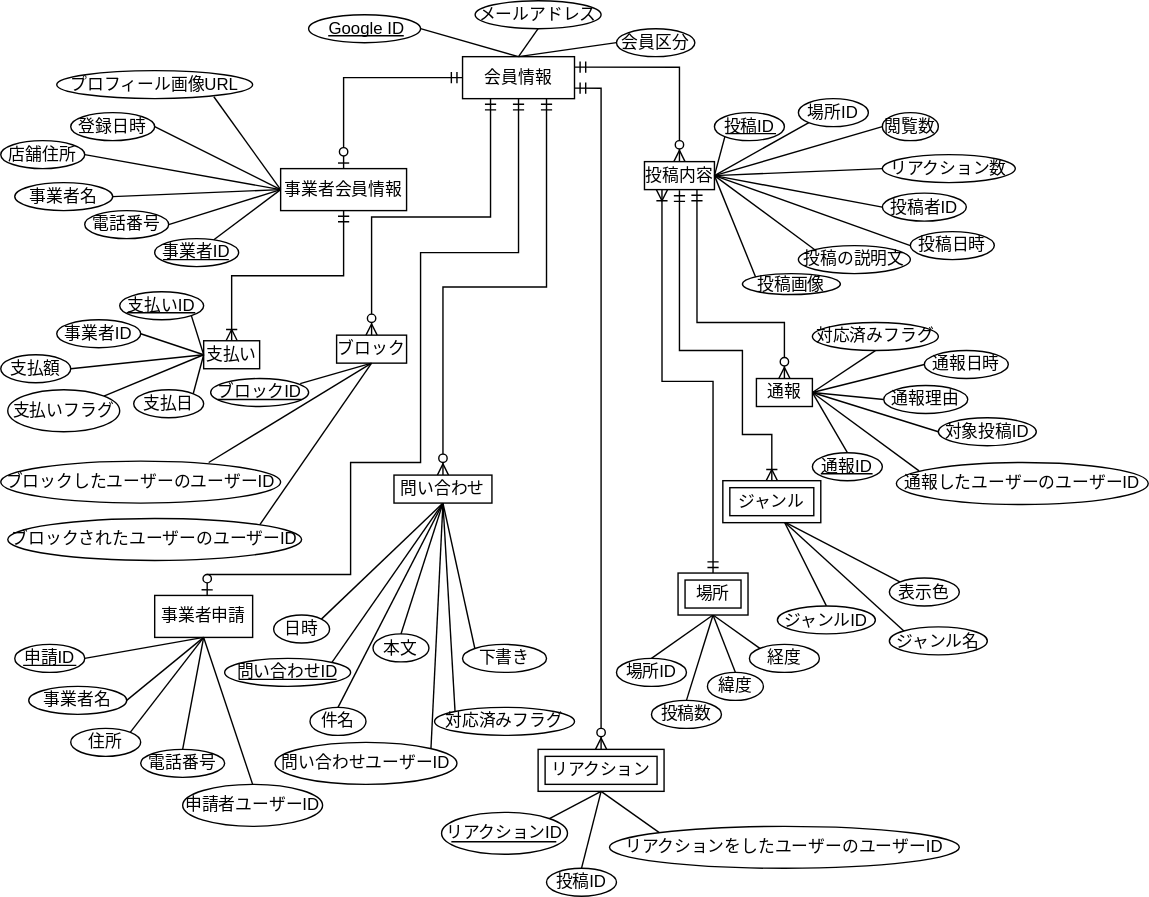
Before: sections/section8_database.svg, a diagram exported from draw.io (KUT-Group12/external-design). Source tidied: cells renumbered, new cells last; positions are measured from the earlier drawing's top-left corner, leaving out a move shared by most shapes.
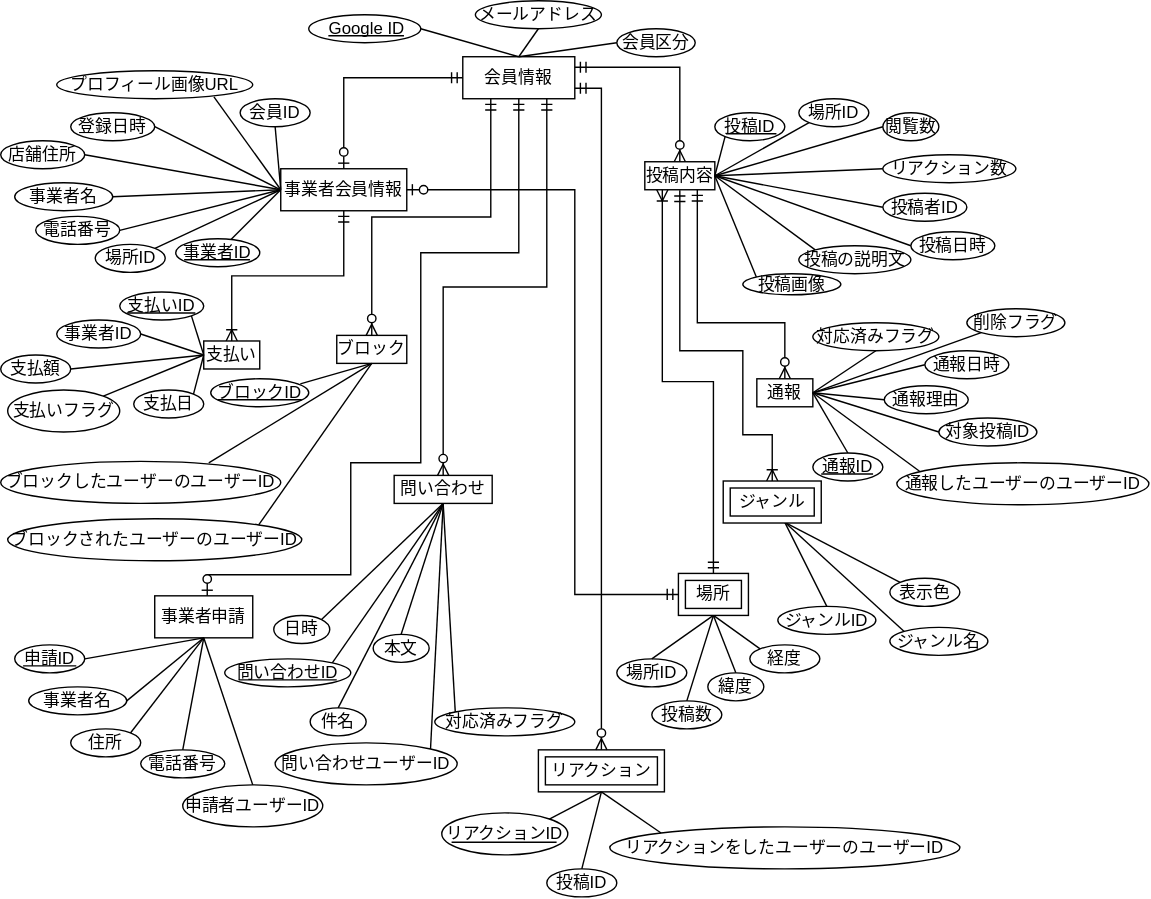
The same diagram one commit later.

Commit message:
docs : データベースの修正点を修正 (#79)

データベース設計を修正
具体的に以下の内容を修正しました

- 通報テーブルに投稿の削除フラグを追加
- 問い合わせテーブルから下書きを削除
- 会員テーブルから事業者IDを削除
- 事業者テーブルに会員IDを追加
- 事業者テーブルと場所テーブルをつなげた

図の問い合わせテーブルから下書きを削除
事業者会員情報に場所IDを追加

Diff of the diagram source:
```diff
@@ -30,11 +30,8 @@
     <mxCell id="9" value="事業者会員情報" style="whiteSpace=wrap;html=1;align=center;" parent="1" vertex="1">
       <mxGeometry x="200" y="120" width="90" height="30" as="geometry" />
     </mxCell>
-    <mxCell id="10" value="事業者ID" style="ellipse;whiteSpace=wrap;html=1;align=center;fontStyle=0;" parent="1" vertex="1">
-      <mxGeometry x="110" y="170" width="60" height="20" as="geometry" />
-    </mxCell>
     <mxCell id="11" value="電話番号" style="ellipse;whiteSpace=wrap;html=1;align=center;" parent="1" vertex="1">
-      <mxGeometry x="60" y="150" width="60" height="20" as="geometry" />
+      <mxGeometry x="25" y="154" width="60" height="20" as="geometry" />
     </mxCell>
     <mxCell id="12" value="店舗住所" style="ellipse;whiteSpace=wrap;html=1;align=center;" parent="1" vertex="1">
       <mxGeometry y="100" width="60" height="20" as="geometry" />
@@ -185,7 +182,7 @@
       <mxGeometry relative="1" as="geometry" />
     </mxCell>
     <mxCell id="58" style="group;" parent="1" vertex="1">
-      <mxGeometry x="490" y="230" width="280" height="130" as="geometry" />
+      <mxGeometry x="490" y="230" width="290" height="130" as="geometry" />
     </mxCell>
     <mxCell id="59" value="通報" style="whiteSpace=wrap;html=1;align=center;" parent="58" vertex="1">
       <mxGeometry x="50" y="40" width="40" height="20" as="geometry" />
@@ -252,6 +249,12 @@
         </Array>
       </mxGeometry>
     </mxCell>
+    <mxCell id="146" value="削除フラグ" style="ellipse;whiteSpace=wrap;html=1;align=center;" parent="58" vertex="1">
+      <mxGeometry x="200" y="-10" width="70" height="20" as="geometry" />
+    </mxCell>
+    <mxCell id="147" style="endArrow=none;html=1;rounded=0;entryX=1;entryY=0.5;entryDx=0;entryDy=0;exitX=0;exitY=1;exitDx=0;exitDy=0;" parent="58" edge="1" source="146" target="59">
+      <mxGeometry relative="1" as="geometry" />
+    </mxCell>
     <mxCell id="74" value="ブロックしたユーザーのユーザーID" style="ellipse;whiteSpace=wrap;html=1;align=center;" parent="1" vertex="1">
       <mxGeometry y="329" width="200" height="30" as="geometry" />
     </mxCell>
@@ -311,9 +314,6 @@
     <mxCell id="90" style="line;strokeWidth=1;dashed=0;labelPosition=right;align=left;verticalAlign=middle;spacingTop=0;spacingLeft=6;" parent="1" vertex="1">
       <mxGeometry x="234" y="20" width="54" height="10" as="geometry" />
     </mxCell>
-    <mxCell id="91" style="line;strokeWidth=1;dashed=0;labelPosition=right;align=left;verticalAlign=middle;spacingTop=0;spacingLeft=6;" parent="1" vertex="1">
-      <mxGeometry x="116" y="180" width="47" height="10" as="geometry" />
-    </mxCell>
     <mxCell id="92" value="場所" style="shape=ext;margin=3;double=1;whiteSpace=wrap;html=1;align=center;" parent="1" vertex="1">
       <mxGeometry x="484" y="409" width="50" height="30" as="geometry" />
     </mxCell>
@@ -395,12 +395,6 @@
     <mxCell id="113" style="endArrow=none;html=1;rounded=0;exitX=0.5;exitY=1;exitDx=0;exitDy=0;entryX=0.5;entryY=0;entryDx=0;entryDy=0;" parent="1" edge="1" source="100" target="108">
       <mxGeometry relative="1" as="geometry" />
     </mxCell>
-    <mxCell id="114" value="下書き" style="ellipse;whiteSpace=wrap;html=1;align=center;" parent="1" vertex="1">
-      <mxGeometry x="330" y="460" width="60" height="20" as="geometry" />
-    </mxCell>
-    <mxCell id="115" style="endArrow=none;html=1;rounded=0;entryX=0.5;entryY=1;entryDx=0;entryDy=0;exitX=0;exitY=0;exitDx=0;exitDy=0;" parent="1" edge="1" source="114" target="132">
-      <mxGeometry relative="1" as="geometry" />
-    </mxCell>
     <mxCell id="116" value="ジャンル" style="shape=ext;margin=3;double=1;whiteSpace=wrap;html=1;align=center;" parent="1" vertex="1">
       <mxGeometry x="516" y="343" width="70" height="30" as="geometry" />
     </mxCell>
@@ -491,5 +485,34 @@
     <mxCell id="145" style="endArrow=none;html=1;rounded=0;entryX=0.5;entryY=1;entryDx=0;entryDy=0;exitX=0;exitY=0;exitDx=0;exitDy=0;" parent="1" edge="1" source="141" target="136">
       <mxGeometry relative="1" as="geometry" />
     </mxCell>
+    <mxCell id="148" value="会員ID" style="ellipse;whiteSpace=wrap;html=1;align=center;" parent="1" vertex="1">
+      <mxGeometry x="171" y="70" width="50" height="20" as="geometry" />
+    </mxCell>
+    <mxCell id="149" style="edgeStyle=orthogonalEdgeStyle;fontSize=12;html=1;endArrow=ERzeroToOne;startArrow=ERmandOne;rounded=0;entryX=1;entryY=0.5;entryDx=0;entryDy=0;exitX=0;exitY=0.5;exitDx=0;exitDy=0;" parent="1" edge="1" source="92" target="9">
+      <mxGeometry relative="1" as="geometry">
+        <Array as="points">
+          <mxPoint x="410" y="424" />
+          <mxPoint x="410" y="135" />
+        </Array>
+      </mxGeometry>
+    </mxCell>
+    <mxCell id="150" style="endArrow=none;html=1;rounded=0;entryX=0;entryY=0.5;entryDx=0;entryDy=0;exitX=0.5;exitY=1;exitDx=0;exitDy=0;" parent="1" edge="1" source="148" target="9">
+      <mxGeometry relative="1" as="geometry" />
+    </mxCell>
+    <mxCell id="151" style="group;" parent="1" vertex="1">
+      <mxGeometry x="125" y="170" width="60" height="20" as="geometry" />
+    </mxCell>
+    <mxCell id="10" value="事業者ID" style="ellipse;whiteSpace=wrap;html=1;align=center;fontStyle=0;" parent="151" vertex="1">
+      <mxGeometry width="60" height="20" as="geometry" />
+    </mxCell>
+    <mxCell id="91" style="line;strokeWidth=1;dashed=0;labelPosition=right;align=left;verticalAlign=middle;spacingTop=0;spacingLeft=6;" parent="151" vertex="1">
+      <mxGeometry x="6" y="10" width="47" height="10" as="geometry" />
+    </mxCell>
+    <mxCell id="152" value="場所ID" style="ellipse;whiteSpace=wrap;html=1;align=center;" parent="1" vertex="1">
+      <mxGeometry x="67.5" y="174" width="50" height="20" as="geometry" />
+    </mxCell>
+    <mxCell id="153" style="endArrow=none;html=1;rounded=0;entryX=0;entryY=0.5;entryDx=0;entryDy=0;exitX=1;exitY=0;exitDx=0;exitDy=0;" parent="1" edge="1" source="152" target="9">
+      <mxGeometry relative="1" as="geometry" />
+    </mxCell>
   </root>
 </mxGraphModel>
```
